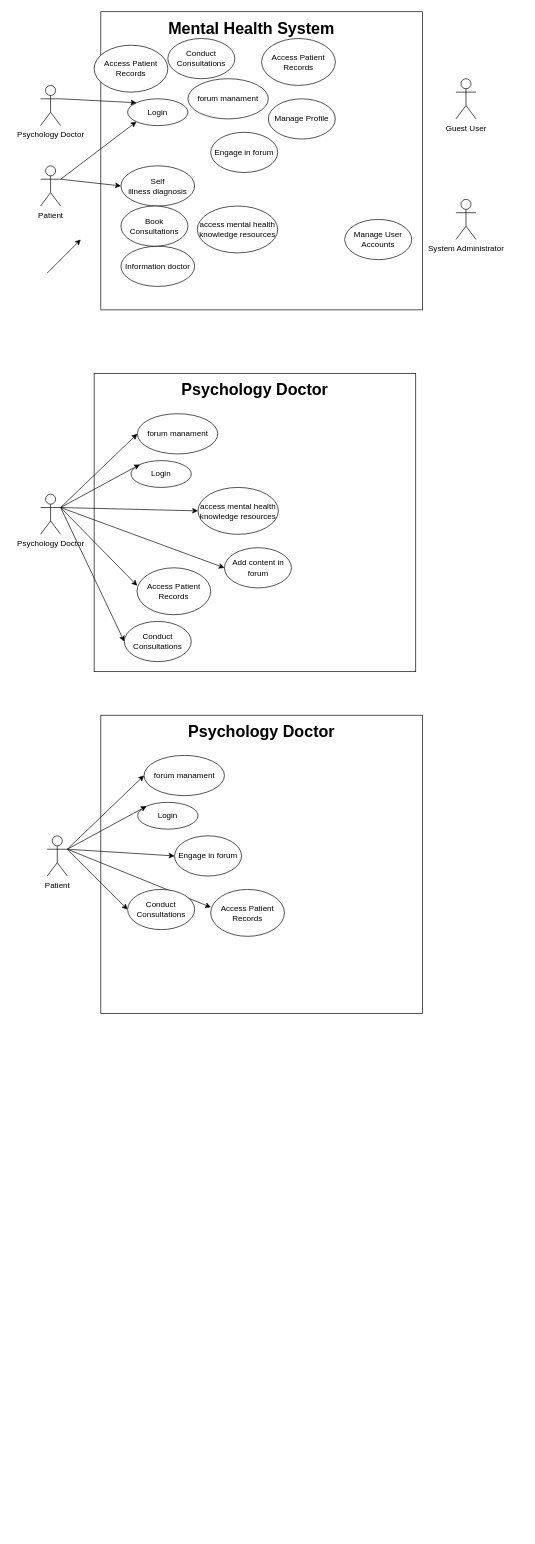
Above: Untitled Diagram.drawio in Hoanghaine/distributed_system (draw.io), before the change. Source tidied: cells renumbered, new cells numbered last; positions are measured from the earlier drawing's top-left corner, leaving out a move shared by most shapes. Both pictures are drawn from the tidied source at 67%, with x=0, y=0 at pixel (40, 11).
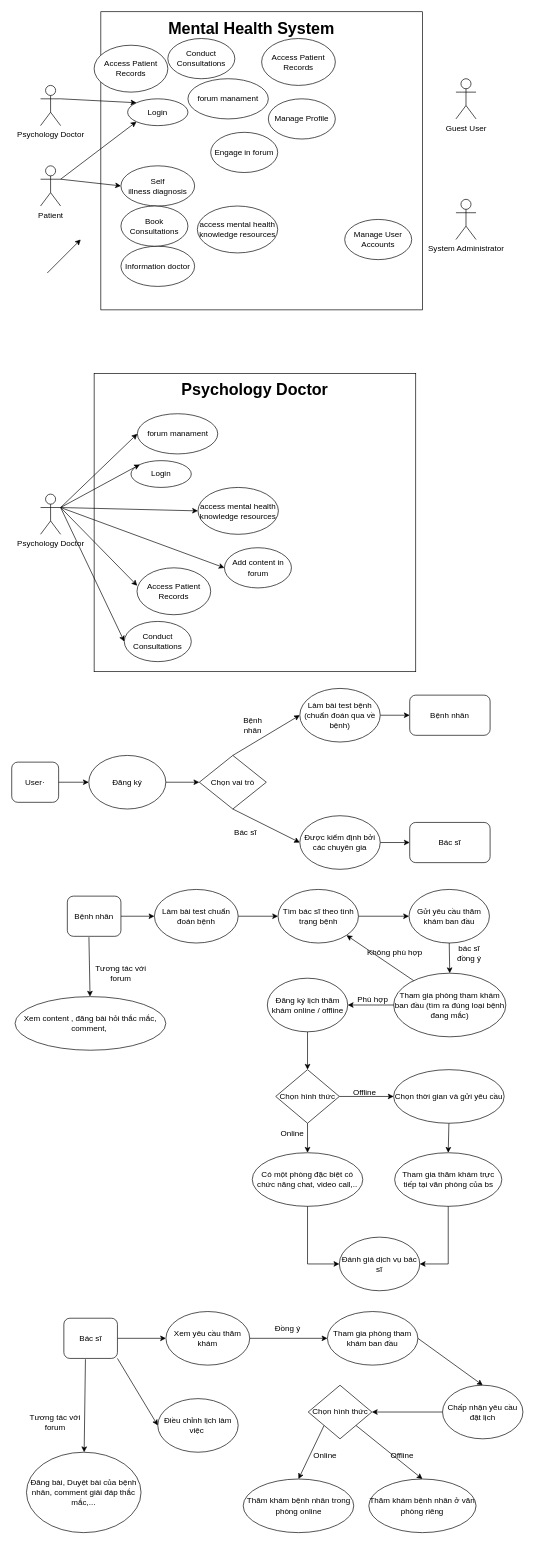
Above is the later version.

Change to the diagram source:
```diff
@@
-    <mxCell id="37" value="&lt;div&gt;Patient&lt;/div&gt;" style="shape=umlActor;verticalLabelPosition=bottom;verticalAlign=top;html=1;outlineConnect=0;" parent="1" vertex="1">
-      <mxGeometry x="10" y="1230" width="30" height="60" as="geometry" />
-    </mxCell>
-    <mxCell id="38" style="rounded=0;whiteSpace=wrap;html=1;" parent="1" vertex="1">
-      <mxGeometry x="90" y="1050" width="480" height="445" as="geometry" />
-    </mxCell>
-    <mxCell id="39" value="forum manament" style="ellipse;whiteSpace=wrap;html=1;" parent="1" vertex="1">
-      <mxGeometry x="154.5" y="1110" width="120" height="60" as="geometry" />
-    </mxCell>
-    <mxCell id="40" value="&lt;div&gt;Login&lt;/div&gt;" style="ellipse;whiteSpace=wrap;html=1;" parent="1" vertex="1">
-      <mxGeometry x="145" y="1180" width="90" height="40" as="geometry" />
-    </mxCell>
-    <mxCell id="41" style="endArrow=classic;html=1;rounded=0;exitX=1;exitY=0.3333333333333333;exitDx=0;exitDy=0;exitPerimeter=0;entryX=0;entryY=0;entryDx=0;entryDy=0;" parent="1" edge="1" source="37" target="40">
-      <mxGeometry relative="1" as="geometry" />
-    </mxCell>
-    <mxCell id="42" style="endArrow=classic;html=1;rounded=0;exitX=1;exitY=0.3333333333333333;exitDx=0;exitDy=0;exitPerimeter=0;entryX=0;entryY=0.5;entryDx=0;entryDy=0;" parent="1" edge="1" source="37" target="43">
-      <mxGeometry relative="1" as="geometry" />
-    </mxCell>
-    <mxCell id="43" value="Engage in forum" style="ellipse;whiteSpace=wrap;html=1;" parent="1" vertex="1">
-      <mxGeometry x="200" y="1230" width="100" height="60" as="geometry" />
-    </mxCell>
-    <mxCell id="44" value="&lt;span style=&quot;font-size: 24px;&quot;&gt;&lt;b&gt;Psychology Doctor&lt;/b&gt;&lt;/span&gt;" style="text;html=1;align=center;verticalAlign=middle;whiteSpace=wrap;rounded=0;" parent="1" vertex="1">
-      <mxGeometry x="190" y="1060" width="280" height="30" as="geometry" />
-    </mxCell>
-    <mxCell id="45" style="endArrow=classic;html=1;rounded=0;entryX=0;entryY=0.5;entryDx=0;entryDy=0;exitX=1;exitY=0.3333333333333333;exitDx=0;exitDy=0;exitPerimeter=0;" parent="1" edge="1" source="37" target="47">
-      <mxGeometry relative="1" as="geometry" />
-    </mxCell>
-    <mxCell id="46" style="endArrow=classic;html=1;rounded=0;exitX=1;exitY=0.3333333333333333;exitDx=0;exitDy=0;exitPerimeter=0;entryX=0.003;entryY=0.381;entryDx=0;entryDy=0;entryPerimeter=0;" parent="1" edge="1" source="37" target="48">
-      <mxGeometry relative="1" as="geometry" />
-    </mxCell>
-    <mxCell id="47" value="Conduct Consultations" style="ellipse;whiteSpace=wrap;html=1;" parent="1" vertex="1">
-      <mxGeometry x="130" y="1310" width="100" height="60" as="geometry" />
-    </mxCell>
-    <mxCell id="48" value="Access Patient Records" style="ellipse;whiteSpace=wrap;html=1;" parent="1" vertex="1">
-      <mxGeometry x="254" y="1310" width="110" height="70" as="geometry" />
-    </mxCell>
-    <mxCell id="49" style="endArrow=classic;html=1;rounded=0;entryX=0;entryY=0.5;entryDx=0;entryDy=0;" parent="1" edge="1" target="39">
-      <mxGeometry relative="1" as="geometry">
-        <mxPoint x="40" y="1250" as="sourcePoint" />
-      </mxGeometry>
-    </mxCell>
@@
+    <mxCell id="52" value="User·" style="rounded=1;whiteSpace=wrap;html=1;" parent="1" vertex="1">
+      <mxGeometry x="-43" y="1120" width="70" height="60" as="geometry" />
+    </mxCell>
+    <mxCell id="53" value="Đăng ký" style="ellipse;whiteSpace=wrap;html=1;" parent="1" vertex="1">
+      <mxGeometry x="72" y="1110" width="115" height="80" as="geometry" />
+    </mxCell>
+    <mxCell id="54" value="Chọn vai trò" style="rhombus;whiteSpace=wrap;html=1;" parent="1" vertex="1">
+      <mxGeometry x="237" y="1110" width="100" height="80" as="geometry" />
+    </mxCell>
+    <mxCell id="55" style="endArrow=classic;html=1;rounded=0;entryX=0;entryY=0.5;entryDx=0;entryDy=0;" parent="1" edge="1" source="52" target="53">
+      <mxGeometry relative="1" as="geometry" />
+    </mxCell>
+    <mxCell id="56" style="endArrow=classic;html=1;rounded=0;entryX=0;entryY=0.5;entryDx=0;entryDy=0;exitX=1;exitY=0.5;exitDx=0;exitDy=0;" parent="1" edge="1" source="53" target="54">
+      <mxGeometry relative="1" as="geometry" />
+    </mxCell>
+    <mxCell id="57" style="endArrow=classic;html=1;rounded=0;exitX=0.5;exitY=0;exitDx=0;exitDy=0;entryX=0;entryY=0.5;entryDx=0;entryDy=0;" parent="1" edge="1" source="54" target="63">
+      <mxGeometry relative="1" as="geometry" />
+    </mxCell>
+    <mxCell id="58" style="endArrow=classic;html=1;rounded=0;entryX=0.5;entryY=0;entryDx=0;entryDy=0;exitX=0.5;exitY=1;exitDx=0;exitDy=0;" parent="1" edge="1" source="84" target="79">
+      <mxGeometry relative="1" as="geometry" />
+    </mxCell>
+    <mxCell id="59" style="endArrow=classic;html=1;rounded=0;entryX=0;entryY=0.5;entryDx=0;entryDy=0;exitX=0.5;exitY=1;exitDx=0;exitDy=0;" parent="1" edge="1" source="54" target="65">
+      <mxGeometry relative="1" as="geometry" />
+    </mxCell>
+    <mxCell id="60" value="Bệnh nhân" style="rounded=1;whiteSpace=wrap;html=1;" parent="1" vertex="1">
+      <mxGeometry x="551" y="1020" width="120" height="60" as="geometry" />
+    </mxCell>
+    <mxCell id="61" value="Bác sĩ" style="rounded=1;whiteSpace=wrap;html=1;" parent="1" vertex="1">
+      <mxGeometry x="551" y="1210" width="120" height="60" as="geometry" />
+    </mxCell>
+    <mxCell id="62" style="edgeStyle=orthogonalEdgeStyle;rounded=0;jettySize=auto;html=1;" parent="1" edge="1" source="63" target="60">
+      <mxGeometry relative="1" as="geometry" />
+    </mxCell>
+    <mxCell id="63" value="Làm bài test bệnh&lt;br&gt;(chuẩn đoán qua về bệnh)" style="ellipse;whiteSpace=wrap;html=1;" parent="1" vertex="1">
+      <mxGeometry x="387" y="1010" width="120" height="80" as="geometry" />
+    </mxCell>
+    <mxCell id="64" style="edgeStyle=orthogonalEdgeStyle;rounded=0;jettySize=auto;html=1;" parent="1" edge="1" source="65" target="61">
+      <mxGeometry relative="1" as="geometry" />
+    </mxCell>
+    <mxCell id="65" value="Được kiểm định bởi các chuyên gia" style="ellipse;whiteSpace=wrap;html=1;" parent="1" vertex="1">
+      <mxGeometry x="387" y="1200" width="120" height="80" as="geometry" />
+    </mxCell>
+    <mxCell id="66" value="Bệnh nhân" style="text;html=1;align=center;verticalAlign=middle;whiteSpace=wrap;rounded=0;" parent="1" vertex="1">
+      <mxGeometry x="287" y="1050" width="60" height="30" as="geometry" />
+    </mxCell>
+    <mxCell id="67" value="Bác sĩ" style="text;html=1;align=center;verticalAlign=middle;whiteSpace=wrap;rounded=0;" parent="1" vertex="1">
+      <mxGeometry x="276" y="1210" width="60" height="30" as="geometry" />
+    </mxCell>
+    <mxCell id="68" style="edgeStyle=orthogonalEdgeStyle;rounded=0;jettySize=auto;html=1;" parent="1" edge="1" source="69" target="71">
+      <mxGeometry relative="1" as="geometry" />
+    </mxCell>
+    <mxCell id="69" value="Bệnh nhân" style="rounded=1;whiteSpace=wrap;html=1;" parent="1" vertex="1">
+      <mxGeometry x="40" y="1320" width="80" height="60" as="geometry" />
+    </mxCell>
+    <mxCell id="70" style="edgeStyle=orthogonalEdgeStyle;rounded=0;jettySize=auto;html=1;" parent="1" edge="1" source="71" target="78">
+      <mxGeometry relative="1" as="geometry" />
+    </mxCell>
+    <mxCell id="71" value="Làm bài test chuẩn đoán bệnh" style="ellipse;whiteSpace=wrap;html=1;" parent="1" vertex="1">
+      <mxGeometry x="170" y="1310" width="125" height="80" as="geometry" />
+    </mxCell>
+    <mxCell id="72" value="Đánh giá dịch vụ bác sĩ" style="ellipse;whiteSpace=wrap;html=1;" parent="1" vertex="1">
+      <mxGeometry x="446" y="1829" width="120" height="80" as="geometry" />
+    </mxCell>
+    <mxCell id="73" style="edgeStyle=orthogonalEdgeStyle;rounded=0;jettySize=auto;html=1;" parent="1" edge="1" source="74" target="84">
+      <mxGeometry relative="1" as="geometry" />
+    </mxCell>
+    <mxCell id="74" value="Đăng ký lịch thăm khám online / offline" style="ellipse;whiteSpace=wrap;html=1;" parent="1" vertex="1">
+      <mxGeometry x="338.5" y="1442.5" width="120" height="80" as="geometry" />
+    </mxCell>
+    <mxCell id="75" value="Tham gia phòng tham khám ban đầu (tìm ra đúng loại bệnh đang mắc)" style="ellipse;whiteSpace=wrap;html=1;" parent="1" vertex="1">
+      <mxGeometry x="527" y="1435" width="167.5" height="95" as="geometry" />
+    </mxCell>
+    <mxCell id="76" value="Gửi yêu cầu thăm khám ban đầu" style="ellipse;whiteSpace=wrap;html=1;" parent="1" vertex="1">
+      <mxGeometry x="550" y="1310" width="120" height="80" as="geometry" />
+    </mxCell>
+    <mxCell id="77" style="edgeStyle=orthogonalEdgeStyle;rounded=0;jettySize=auto;html=1;" parent="1" edge="1" source="78" target="76">
+      <mxGeometry relative="1" as="geometry" />
+    </mxCell>
+    <mxCell id="78" value="Tìm bác sĩ theo tình trạng bệnh" style="ellipse;whiteSpace=wrap;html=1;" parent="1" vertex="1">
+      <mxGeometry x="354.5" y="1310" width="120" height="80" as="geometry" />
+    </mxCell>
+    <mxCell id="79" value="Có một phòng đặc biệt có chức năng chat, video call,.." style="ellipse;whiteSpace=wrap;html=1;" parent="1" vertex="1">
+      <mxGeometry x="316" y="1703" width="165" height="80" as="geometry" />
+    </mxCell>
+    <mxCell id="80" style="endArrow=classic;html=1;rounded=0;entryX=1;entryY=0.5;entryDx=0;entryDy=0;exitX=0;exitY=0.5;exitDx=0;exitDy=0;" parent="1" edge="1" source="75" target="74">
+      <mxGeometry relative="1" as="geometry" />
+    </mxCell>
+    <mxCell id="81" style="endArrow=classic;html=1;rounded=0;entryX=0.5;entryY=0;entryDx=0;entryDy=0;exitX=0.5;exitY=1;exitDx=0;exitDy=0;" parent="1" edge="1" source="76" target="75">
+      <mxGeometry relative="1" as="geometry" />
+    </mxCell>
+    <mxCell id="82" value="bác sĩ đồng ý" style="text;html=1;align=center;verticalAlign=middle;whiteSpace=wrap;rounded=0;" parent="1" vertex="1">
+      <mxGeometry x="610" y="1390" width="60" height="30" as="geometry" />
+    </mxCell>
+    <mxCell id="83" value="Phù hợp" style="text;html=1;align=center;verticalAlign=middle;whiteSpace=wrap;rounded=0;" parent="1" vertex="1">
+      <mxGeometry x="465.8" y="1460" width="60" height="30" as="geometry" />
+    </mxCell>
+    <mxCell id="84" value="Chọn hình thức" style="rhombus;whiteSpace=wrap;html=1;" parent="1" vertex="1">
+      <mxGeometry x="351" y="1579" width="95" height="80" as="geometry" />
+    </mxCell>
+    <mxCell id="85" style="endArrow=classic;html=1;rounded=0;exitX=0.5;exitY=1;exitDx=0;exitDy=0;entryX=0.5;entryY=0;entryDx=0;entryDy=0;" parent="1" edge="1" source="88" target="90">
+      <mxGeometry relative="1" as="geometry" />
+    </mxCell>
+    <mxCell id="86" style="endArrow=classic;html=1;rounded=0;" parent="1" edge="1" source="84" target="88">
+      <mxGeometry relative="1" as="geometry" />
+    </mxCell>
+    <mxCell id="87" value="Online" style="text;html=1;align=center;verticalAlign=middle;whiteSpace=wrap;rounded=0;" parent="1" vertex="1">
+      <mxGeometry x="345.5" y="1659" width="60" height="30" as="geometry" />
+    </mxCell>
+    <mxCell id="88" value="Chọn thời gian và gửi yêu cầu" style="ellipse;whiteSpace=wrap;html=1;" parent="1" vertex="1">
+      <mxGeometry x="527" y="1579" width="165" height="80" as="geometry" />
+    </mxCell>
+    <mxCell id="89" value="Offline" style="text;html=1;align=center;verticalAlign=middle;whiteSpace=wrap;rounded=0;" parent="1" vertex="1">
+      <mxGeometry x="453.5" y="1599" width="60" height="30" as="geometry" />
+    </mxCell>
+    <mxCell id="90" value="Tham gia thăm khám trực tiếp tại văn phòng của bs" style="ellipse;whiteSpace=wrap;html=1;" parent="1" vertex="1">
+      <mxGeometry x="528.5" y="1703" width="160" height="80" as="geometry" />
+    </mxCell>
+    <mxCell id="91" style="endArrow=classic;html=1;rounded=0;entryX=1;entryY=0.5;entryDx=0;entryDy=0;exitX=0.5;exitY=1;exitDx=0;exitDy=0;" parent="1" edge="1" source="90" target="72">
+      <mxGeometry relative="1" as="geometry">
+        <Array as="points">
+          <mxPoint x="608.5" y="1869" />
+        </Array>
+      </mxGeometry>
+    </mxCell>
+    <mxCell id="92" style="endArrow=classic;html=1;rounded=0;entryX=0;entryY=0.5;entryDx=0;entryDy=0;exitX=0.5;exitY=1;exitDx=0;exitDy=0;" parent="1" edge="1" source="79" target="72">
+      <mxGeometry relative="1" as="geometry">
+        <Array as="points">
+          <mxPoint x="398.5" y="1869" />
+        </Array>
+      </mxGeometry>
+    </mxCell>
+    <mxCell id="93" style="edgeStyle=orthogonalEdgeStyle;rounded=0;orthogonalLoop=1;jettySize=auto;html=1;exitX=0.5;exitY=1;exitDx=0;exitDy=0;" parent="1" edge="1" source="82" target="82">
+      <mxGeometry relative="1" as="geometry" />
+    </mxCell>
+    <mxCell id="94" value="Xem content , đăng bài hỏi thắc mắc, comment,&amp;nbsp;" style="ellipse;whiteSpace=wrap;html=1;" parent="1" vertex="1">
+      <mxGeometry x="-38" y="1470" width="225" height="80" as="geometry" />
+    </mxCell>
+    <mxCell id="95" style="endArrow=classic;html=1;rounded=0;exitX=0.403;exitY=1.02;exitDx=0;exitDy=0;exitPerimeter=0;" parent="1" edge="1" source="69" target="94">
+      <mxGeometry relative="1" as="geometry" />
+    </mxCell>
+    <mxCell id="96" value="Tương tác với forum" style="text;html=1;align=center;verticalAlign=middle;whiteSpace=wrap;rounded=0;" parent="1" vertex="1">
+      <mxGeometry x="70" y="1420" width="100" height="30" as="geometry" />
+    </mxCell>
+    <mxCell id="97" style="endArrow=classic;html=1;rounded=0;entryX=0.5;entryY=0;entryDx=0;entryDy=0;exitX=0;exitY=1;exitDx=0;exitDy=0;" parent="1" edge="1" source="108" target="104">
+      <mxGeometry relative="1" as="geometry" />
+    </mxCell>
+    <mxCell id="98" style="edgeStyle=orthogonalEdgeStyle;rounded=0;jettySize=auto;html=1;" parent="1" edge="1" source="99" target="100">
+      <mxGeometry relative="1" as="geometry" />
+    </mxCell>
+    <mxCell id="99" value="Bác sĩ" style="rounded=1;whiteSpace=wrap;html=1;" parent="1" vertex="1">
+      <mxGeometry x="34.8" y="1950" width="80" height="60" as="geometry" />
+    </mxCell>
+    <mxCell id="100" value="Xem yêu cầu thăm khám" style="ellipse;whiteSpace=wrap;html=1;" parent="1" vertex="1">
+      <mxGeometry x="187.2" y="1940" width="125" height="80" as="geometry" />
+    </mxCell>
+    <mxCell id="101" style="edgeStyle=orthogonalEdgeStyle;rounded=0;jettySize=auto;html=1;exitX=0;exitY=0.5;exitDx=0;exitDy=0;entryX=1;entryY=0.5;entryDx=0;entryDy=0;" parent="1" edge="1" source="102" target="108">
+      <mxGeometry relative="1" as="geometry" />
+    </mxCell>
+    <mxCell id="102" value="Chấp nhận yêu cầu đặt lịch" style="ellipse;whiteSpace=wrap;html=1;" parent="1" vertex="1">
+      <mxGeometry x="600" y="2050" width="120" height="80" as="geometry" />
+    </mxCell>
+    <mxCell id="103" value="Tham gia phòng tham khám ban đầu" style="ellipse;whiteSpace=wrap;html=1;" parent="1" vertex="1">
+      <mxGeometry x="428.2" y="1940" width="135" height="80" as="geometry" />
+    </mxCell>
+    <mxCell id="104" value="Thăm khám bệnh nhân trong phòng online" style="ellipse;whiteSpace=wrap;html=1;" parent="1" vertex="1">
+      <mxGeometry x="302.5" y="2190" width="165" height="80" as="geometry" />
+    </mxCell>
+    <mxCell id="105" style="endArrow=classic;html=1;rounded=0;entryX=0.5;entryY=0;entryDx=0;entryDy=0;exitX=1;exitY=0.5;exitDx=0;exitDy=0;" parent="1" edge="1" source="103" target="102">
+      <mxGeometry relative="1" as="geometry" />
+    </mxCell>
+    <mxCell id="106" style="endArrow=classic;html=1;rounded=0;entryX=0;entryY=0.5;entryDx=0;entryDy=0;exitX=1;exitY=0.5;exitDx=0;exitDy=0;" parent="1" edge="1" source="100" target="103">
+      <mxGeometry relative="1" as="geometry" />
+    </mxCell>
+    <mxCell id="107" value="Đồng ý" style="text;html=1;align=center;verticalAlign=middle;whiteSpace=wrap;rounded=0;" parent="1" vertex="1">
+      <mxGeometry x="338.5" y="1950" width="60" height="30" as="geometry" />
+    </mxCell>
+    <mxCell id="108" value="Chọn hình thức" style="rhombus;whiteSpace=wrap;html=1;" parent="1" vertex="1">
+      <mxGeometry x="399.5" y="2050" width="95" height="80" as="geometry" />
+    </mxCell>
+    <mxCell id="109" style="endArrow=classic;html=1;rounded=0;exitX=1;exitY=1;exitDx=0;exitDy=0;entryX=0.5;entryY=0;entryDx=0;entryDy=0;" parent="1" edge="1" source="108" target="112">
+      <mxGeometry relative="1" as="geometry" />
+    </mxCell>
+    <mxCell id="110" value="Online" style="text;html=1;align=center;verticalAlign=middle;whiteSpace=wrap;rounded=0;" parent="1" vertex="1">
+      <mxGeometry x="395" y="2140" width="60" height="30" as="geometry" />
+    </mxCell>
+    <mxCell id="111" value="Offline" style="text;html=1;align=center;verticalAlign=middle;whiteSpace=wrap;rounded=0;" parent="1" vertex="1">
+      <mxGeometry x="510" y="2140" width="60" height="30" as="geometry" />
+    </mxCell>
+    <mxCell id="112" value="Thăm khám bệnh nhân ở văn phòng riêng" style="ellipse;whiteSpace=wrap;html=1;" parent="1" vertex="1">
+      <mxGeometry x="490" y="2190" width="160" height="80" as="geometry" />
+    </mxCell>
+    <mxCell id="113" style="edgeStyle=orthogonalEdgeStyle;rounded=0;orthogonalLoop=1;jettySize=auto;html=1;exitX=0.5;exitY=1;exitDx=0;exitDy=0;" parent="1" edge="1" source="107" target="107">
+      <mxGeometry relative="1" as="geometry" />
+    </mxCell>
+    <mxCell id="114" value="Đăng bài, Duyệt bài của bệnh nhân, comment giải đáp thắc mắc,..." style="ellipse;whiteSpace=wrap;html=1;" parent="1" vertex="1">
+      <mxGeometry x="-21" y="2150" width="171" height="120" as="geometry" />
+    </mxCell>
+    <mxCell id="115" style="endArrow=classic;html=1;rounded=0;exitX=0.403;exitY=1.02;exitDx=0;exitDy=0;exitPerimeter=0;" parent="1" edge="1" source="99" target="114">
+      <mxGeometry relative="1" as="geometry" />
+    </mxCell>
+    <mxCell id="116" value="Tương tác với forum" style="text;html=1;align=center;verticalAlign=middle;whiteSpace=wrap;rounded=0;" parent="1" vertex="1">
+      <mxGeometry x="-28" y="2090" width="100" height="30" as="geometry" />
+    </mxCell>
+    <mxCell id="117" value="Điều chỉnh lịch làm việc&amp;nbsp;" style="ellipse;whiteSpace=wrap;html=1;" parent="1" vertex="1">
+      <mxGeometry x="175" y="2070" width="120" height="80" as="geometry" />
+    </mxCell>
+    <mxCell id="118" style="endArrow=classic;html=1;rounded=0;exitX=1;exitY=1;exitDx=0;exitDy=0;entryX=0;entryY=0.5;entryDx=0;entryDy=0;" parent="1" edge="1" source="99" target="117">
+      <mxGeometry relative="1" as="geometry" />
+    </mxCell>
+    <mxCell id="119" style="endArrow=classic;html=1;rounded=0;" parent="1" edge="1" source="75" target="78">
+      <mxGeometry relative="1" as="geometry" />
+    </mxCell>
+    <mxCell id="120" value="Không phù hợp" style="text;html=1;align=center;verticalAlign=middle;whiteSpace=wrap;rounded=0;" parent="1" vertex="1">
+      <mxGeometry x="446" y="1390" width="166" height="30" as="geometry" />
+    </mxCell>
```
